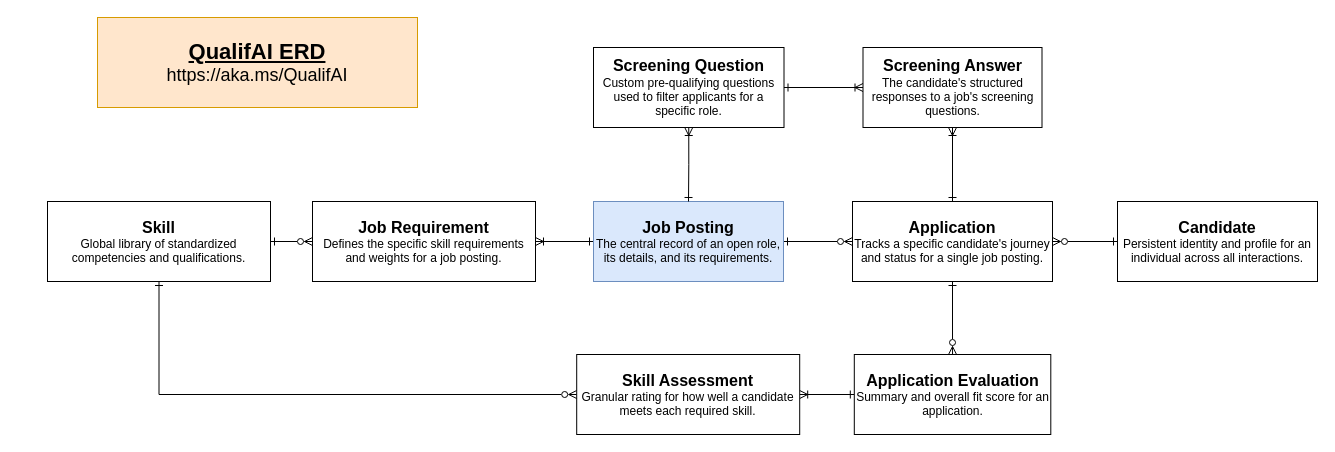
Before: demos/administration/QualifAI/erd.drawio in microsoft/SLG-Business-Applications, a draw.io diagram. Source tidied: cells renumbered, new cells numbered last; positions are measured from the earlier drawing's top-left corner, leaving out a move shared by most shapes. Both pictures are drawn from the tidied source at 100%, with x=0, y=0 at pixel (47, 17).
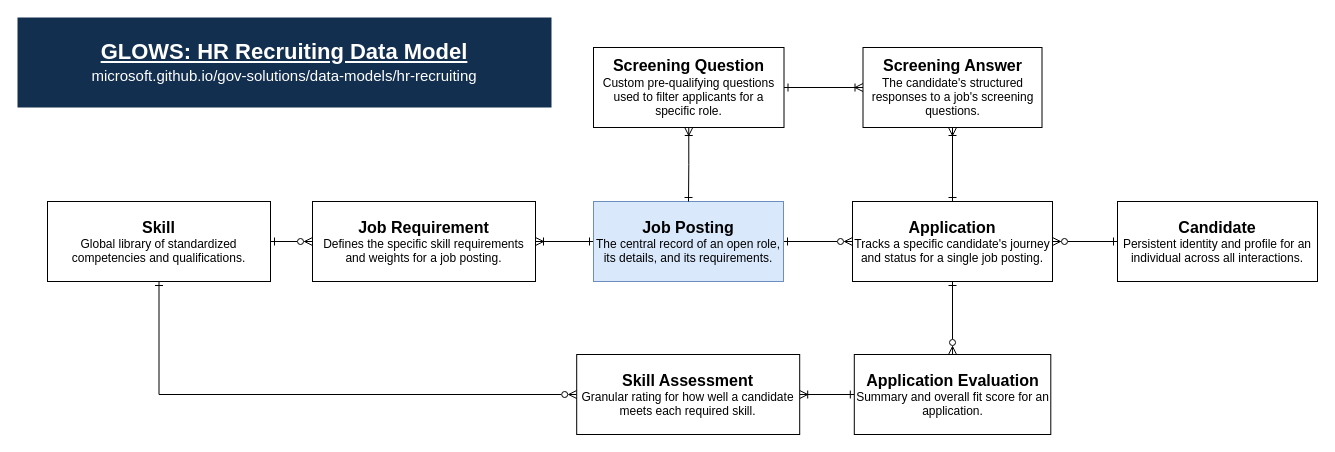
The same diagram, later.

Commit message:
Branded ERD as GLOWS

Change to the diagram source:
```diff
@@
-    <mxCell id="21" value="&lt;font style=&quot;font-size: 22px;&quot;&gt;&lt;b style=&quot;&quot;&gt;&lt;u style=&quot;&quot;&gt;QualifAI ERD&lt;/u&gt;&lt;/b&gt;&lt;/font&gt;&lt;div&gt;&lt;font&gt;https://aka.ms/QualifAI&lt;/font&gt;&lt;/div&gt;" style="text;html=1;whiteSpace=wrap;strokeColor=#d79b00;fillColor=#ffe6cc;align=center;verticalAlign=middle;rounded=0;fontSize=18;" parent="1" vertex="1">
-      <mxGeometry x="50" width="320" height="90" as="geometry" />
+    <mxCell id="21" value="&lt;font style=&quot;font-size: 22px;&quot;&gt;&lt;b style=&quot;&quot;&gt;&lt;u style=&quot;&quot;&gt;GLOWS: HR Recruiting Data Model&lt;/u&gt;&lt;/b&gt;&lt;/font&gt;&lt;div&gt;&lt;font style=&quot;font-size: 15px;&quot;&gt;microsoft.github.io/gov-solutions/data-models/hr-recruiting&lt;/font&gt;&lt;/div&gt;" style="text;html=1;whiteSpace=wrap;strokeColor=none;fillColor=#132F4F;align=center;verticalAlign=middle;rounded=0;fontSize=18;fontColor=#FFFFFF;" parent="1" vertex="1">
+      <mxGeometry x="-30" width="534" height="90" as="geometry" />
     </mxCell>
```
